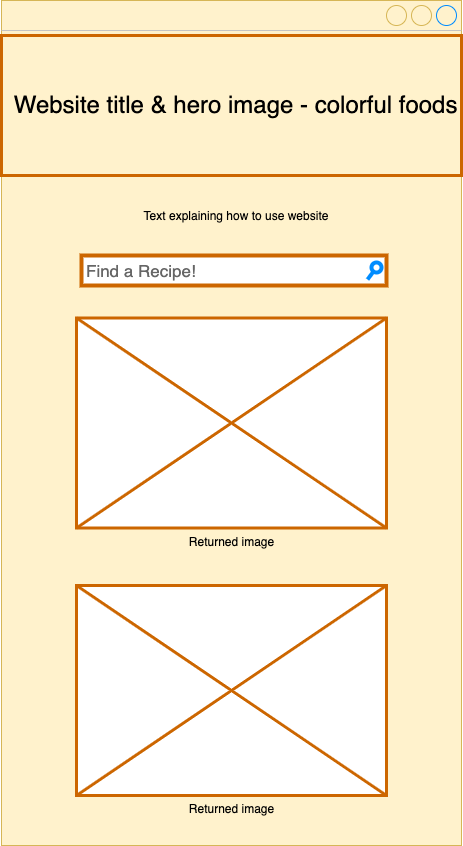
The draw.io diagram Wireframes/MobileWireframe.png in scottietex/TopGifs, before a commit. Source tidied: cells renumbered, new cells last; positions are measured from the earlier drawing's top-left corner, leaving out a move shared by most shapes.
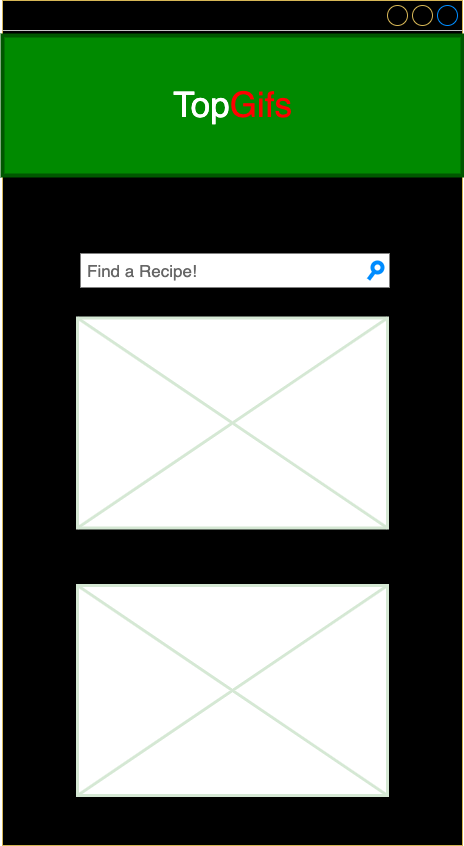
The same diagram one commit later.

The edit, as a diff of the source:
```diff
@@ -2,23 +2,20 @@
   <root>
     <mxCell id="0" />
     <mxCell id="1" parent="0" />
-    <mxCell id="2" style="strokeWidth=1;shadow=0;dashed=0;align=center;html=1;shape=mxgraph.mockup.containers.window;align=left;verticalAlign=top;spacingLeft=8;strokeColor2=#008cff;strokeColor3=#c4c4c4;mainText=;fontSize=17;labelBackgroundColor=none;fillColor=#fff2cc;strokeColor=#d6b656;" parent="1" vertex="1">
+    <mxCell id="2" style="strokeWidth=1;shadow=0;dashed=0;align=center;html=1;shape=mxgraph.mockup.containers.window;align=left;verticalAlign=top;spacingLeft=8;strokeColor2=#008cff;strokeColor3=#c4c4c4;mainText=;fontSize=17;labelBackgroundColor=none;strokeColor=#d6b656;fillColor=#000000;" parent="1" vertex="1">
       <mxGeometry width="460" height="845" as="geometry" />
     </mxCell>
-    <mxCell id="3" value="Find a Recipe!" style="strokeWidth=4;shadow=0;dashed=0;align=center;html=1;shape=mxgraph.mockup.forms.searchBox;mainText=;strokeColor2=#008cff;fontColor=#666666;fontSize=17;align=left;spacingLeft=3;strokeColor=#CC6600;" parent="1" vertex="1">
+    <mxCell id="3" value="Find a Recipe!" style="strokeWidth=4;shadow=0;dashed=0;align=center;html=1;shape=mxgraph.mockup.forms.searchBox;mainText=;strokeColor2=#008cff;fontColor=#666666;fontSize=17;align=left;spacingLeft=3;strokeColor=#FFFFFF;" parent="1" vertex="1">
       <mxGeometry x="80" y="255" width="305" height="30" as="geometry" />
     </mxCell>
-    <mxCell id="4" value="&lt;div&gt;&lt;span style=&quot;font-size: 24px&quot;&gt;&amp;nbsp;Website title &amp;amp; hero image - colorful foods&lt;/span&gt;&lt;/div&gt;" style="strokeWidth=3;shadow=0;dashed=0;align=left;html=1;shape=mxgraph.mockup.text.textBox;align=left;fontSize=17;spacingLeft=4;spacingTop=-3;mainText=;fillColor=#fff2cc;strokeColor=#CC6600;" parent="1" vertex="1">
+    <mxCell id="4" value="&lt;div&gt;&lt;font style=&quot;font-size: 35px&quot;&gt;&amp;nbsp; &amp;nbsp; &amp;nbsp; &amp;nbsp; &amp;nbsp; &amp;nbsp; &amp;nbsp; &amp;nbsp; &amp;nbsp;&lt;font color=&quot;#ffffff&quot;&gt;Top&lt;/font&gt;&lt;font color=&quot;#ff0000&quot;&gt;Gifs&lt;/font&gt;&lt;/font&gt;&lt;/div&gt;" style="strokeWidth=4;shadow=0;dashed=0;align=left;html=1;shape=mxgraph.mockup.text.textBox;align=left;fontSize=17;spacingLeft=4;spacingTop=-3;mainText=;fillColor=#008a00;strokeColor=#005700;fontColor=#ffffff;" parent="1" vertex="1">
       <mxGeometry y="35" width="460" height="140" as="geometry" />
     </mxCell>
-    <mxCell id="5" value="Returned image" style="verticalLabelPosition=bottom;shadow=0;dashed=0;align=center;html=1;verticalAlign=top;strokeWidth=3;shape=mxgraph.mockup.graphics.simpleIcon;strokeColor=#CC6600;" parent="1" vertex="1">
+    <mxCell id="5" value="Returned image" style="verticalLabelPosition=bottom;shadow=0;dashed=0;align=center;html=1;verticalAlign=top;strokeWidth=3;shape=mxgraph.mockup.graphics.simpleIcon;strokeColor=#D5E8D4;" parent="1" vertex="1">
       <mxGeometry x="75" y="317.5" width="310" height="210" as="geometry" />
     </mxCell>
-    <mxCell id="6" value="Returned image" style="verticalLabelPosition=bottom;shadow=0;dashed=0;align=center;html=1;verticalAlign=top;strokeWidth=3;shape=mxgraph.mockup.graphics.simpleIcon;strokeColor=#CC6600;" parent="1" vertex="1">
+    <mxCell id="6" value="Returned image" style="verticalLabelPosition=bottom;shadow=0;dashed=0;align=center;html=1;verticalAlign=top;strokeWidth=3;shape=mxgraph.mockup.graphics.simpleIcon;fillColor=#FFFFFF;strokeColor=#D5E8D4;" parent="1" vertex="1">
       <mxGeometry x="75" y="585" width="310" height="210" as="geometry" />
     </mxCell>
-    <mxCell id="7" value="Text explaining how to use website" style="text;html=1;strokeColor=none;fillColor=none;align=center;verticalAlign=middle;whiteSpace=wrap;rounded=0;" parent="1" vertex="1">
-      <mxGeometry x="75" y="205" width="320" height="20" as="geometry" />
-    </mxCell>
   </root>
 </mxGraphModel>
```
